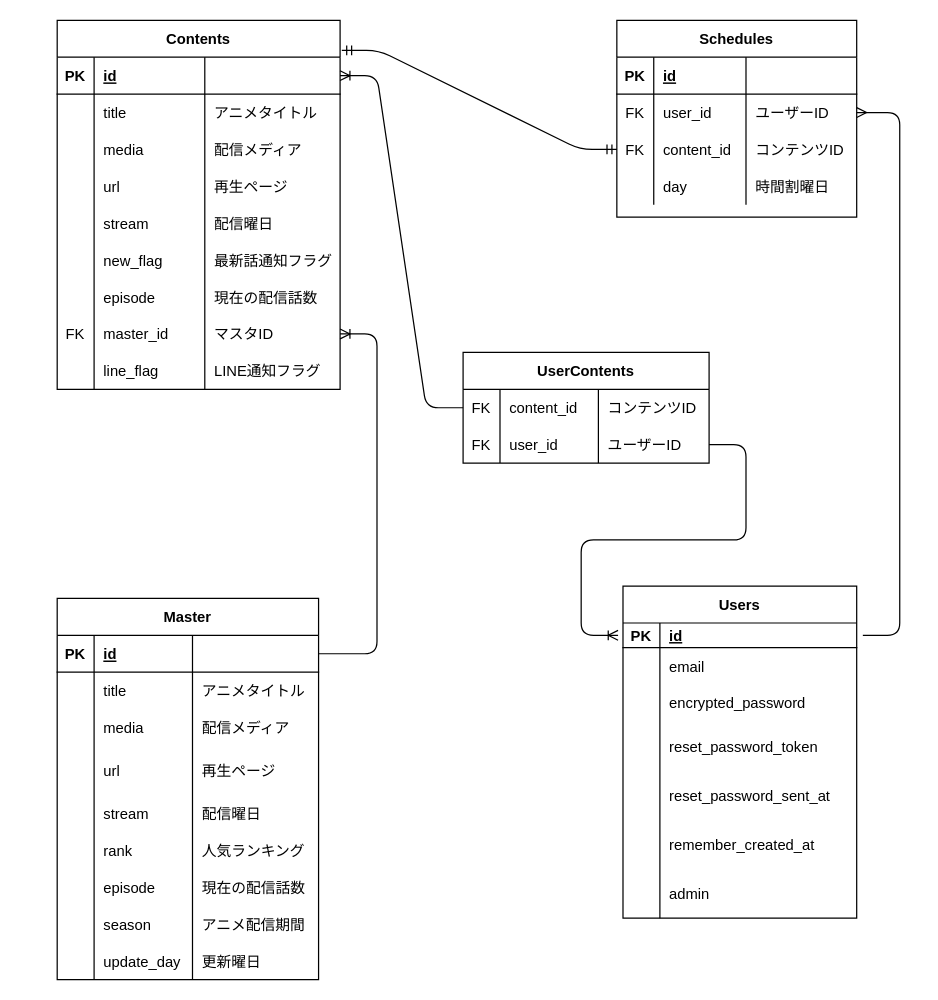
The draw.io diagram erd.dio in inoway46/subani, before the edit. Source tidied: cells renumbered, new cells numbered last; positions are measured from the earlier drawing's top-left corner, leaving out a move shared by most shapes. Both pictures are drawn from the tidied source at 123%, with x=0, y=0 at pixel (57, 20).
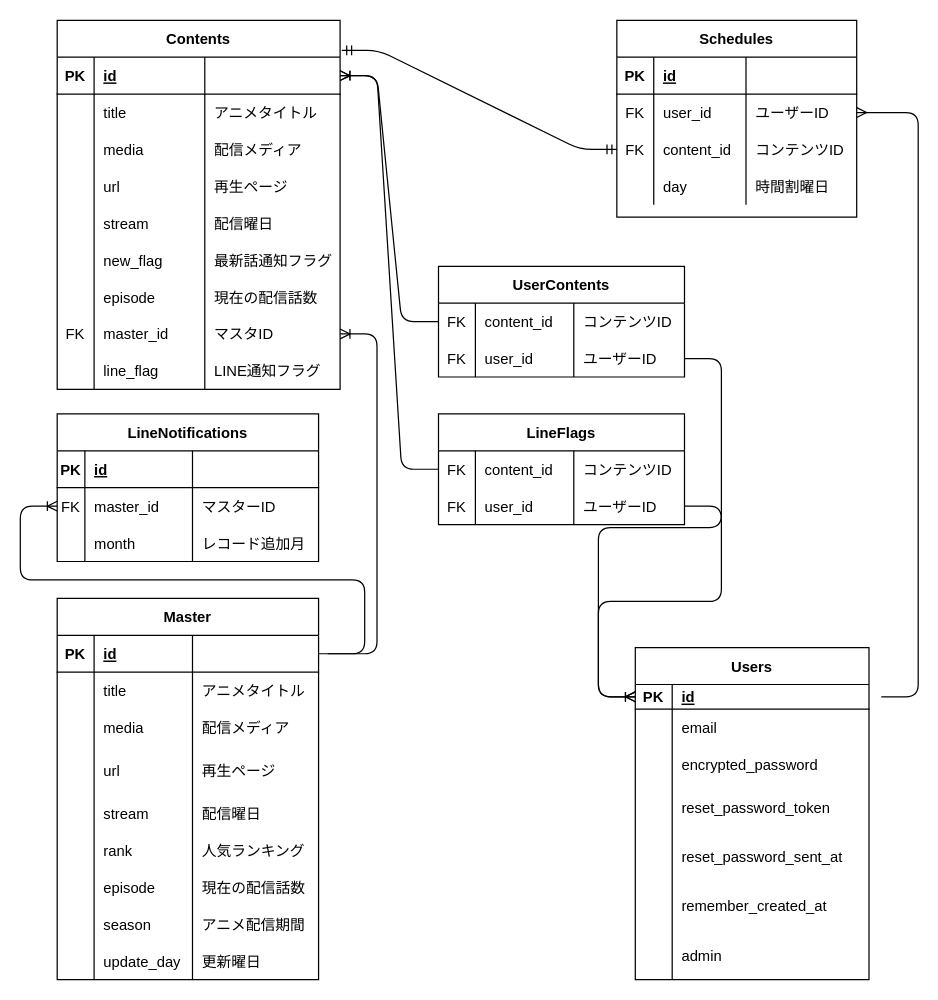
The same diagram, later.

Unchanged cells that the change refers to:
```xml
<mxCell id="3" style="shape=partialRectangle;fillColor=none;top=0;left=0;bottom=1;right=0;points=[[0,0.5],[1,0.5]];portConstraint=eastwest;" parent="2" vertex="1">
  <mxGeometry y="30" width="230" height="30" as="geometry" />
</mxCell>
<mxCell id="66" style="shape=partialRectangle;fillColor=none;top=0;left=0;bottom=0;right=0;points=[[0,0.5],[1,0.5]];portConstraint=eastwest;" parent="61" vertex="1">
  <mxGeometry y="60" width="195" height="30" as="geometry" />
</mxCell>
<mxCell id="120" style="shape=partialRectangle;fillColor=none;top=0;left=0;bottom=0;right=0;points=[[0,0.5],[1,0.5]];portConstraint=eastwest;" parent="119" vertex="1">
  <mxGeometry y="30" width="200" height="30" as="geometry" />
</mxCell>
<mxCell id="124" style="shape=partialRectangle;fillColor=none;top=0;left=0;bottom=0;right=0;points=[[0,0.5],[1,0.5]];portConstraint=eastwest;" parent="119" vertex="1">
  <mxGeometry y="60" width="200" height="30" as="geometry" />
</mxCell>
```

What changed in the source:
```diff
@@
     <mxCell id="39" value="Users" style="shape=table;startSize=30;childLayout=tableLayout;rowLines=0;fontStyle=1;align=center;" parent="1" vertex="1">
-      <mxGeometry x="460" y="460" width="190" height="270" as="geometry" />
+      <mxGeometry x="470" y="510" width="190" height="270" as="geometry" />
     </mxCell>
@@
     <mxCell id="118" style="edgeStyle=entityRelationEdgeStyle;fontSize=12;html=1;endArrow=ERmany;entryX=1;entryY=0.5;entryDx=0;entryDy=0;" parent="1" edge="1" target="66">
       <mxGeometry relative="1" as="geometry">
-        <mxPoint x="655" y="500" as="sourcePoint" />
+        <mxPoint x="670" y="550" as="sourcePoint" />
       </mxGeometry>
     </mxCell>
     <mxCell id="119" value="UserContents" style="shape=table;startSize=30;childLayout=tableLayout;rowLines=0;fontStyle=1;align=center;" parent="1" vertex="1">
-      <mxGeometry x="330" y="270" width="200" height="90" as="geometry" />
+      <mxGeometry x="310" y="200" width="200" height="90" as="geometry" />
     </mxCell>
@@
     <mxCell id="128" style="edgeStyle=entityRelationEdgeStyle;fontSize=12;html=1;endArrow=ERoneToMany;exitX=1;exitY=0.5;exitDx=0;exitDy=0;" parent="1" edge="1" source="124">
       <mxGeometry relative="1" as="geometry">
-        <mxPoint x="456" y="500" as="targetPoint" />
+        <mxPoint x="470" y="550" as="targetPoint" />
       </mxGeometry>
     </mxCell>
-    <mxCell id="129" style="edgeStyle=entityRelationEdgeStyle;fontSize=12;html=1;endArrow=ERoneToMany;entryX=1;entryY=0.5;entryDx=0;entryDy=0;exitX=0;exitY=0.5;exitDx=0;exitDy=0;" parent="1" edge="1" source="120" target="3">
+    <mxCell id="129" style="edgeStyle=entityRelationEdgeStyle;fontSize=12;html=1;endArrow=ERoneToMany;exitX=0;exitY=0.5;exitDx=0;exitDy=0;entryX=1;entryY=0.5;entryDx=0;entryDy=0;" parent="1" edge="1" source="120" target="3">
       <mxGeometry relative="1" as="geometry" />
     </mxCell>
+    <mxCell id="130" value="LineNotifications" style="shape=table;startSize=30;childLayout=tableLayout;rowLines=0;fontStyle=1;align=center;" parent="1" vertex="1">
+      <mxGeometry y="320" width="212.5" height="120" as="geometry" />
+    </mxCell>
+    <mxCell id="131" style="shape=partialRectangle;fillColor=none;top=0;left=0;bottom=1;right=0;" parent="130" vertex="1">
+      <mxGeometry y="30" width="212.5" height="30" as="geometry" />
+    </mxCell>
+    <mxCell id="132" value="PK" style="shape=partialRectangle;fillColor=none;top=0;left=0;bottom=0;right=0;fontStyle=1;overflow=hidden;" parent="131" vertex="1">
+      <mxGeometry width="22.5" height="30" as="geometry" />
+    </mxCell>
+    <mxCell id="133" value="id" style="shape=partialRectangle;fillColor=none;top=0;left=0;bottom=0;right=0;align=left;spacingLeft=6;fontStyle=5;overflow=hidden;" parent="131" vertex="1">
+      <mxGeometry x="22.5" width="87.5" height="30" as="geometry" />
+    </mxCell>
+    <mxCell id="134" style="shape=partialRectangle;fillColor=none;top=0;left=0;bottom=0;right=0;align=left;spacingLeft=6;fontStyle=5;overflow=hidden;" parent="131" vertex="1">
+      <mxGeometry x="110" width="102.5" height="30" as="geometry" />
+    </mxCell>
+    <mxCell id="135" style="shape=partialRectangle;fillColor=none;top=0;left=0;bottom=0;right=0;" parent="130" vertex="1">
+      <mxGeometry y="60" width="212.5" height="30" as="geometry" />
+    </mxCell>
+    <mxCell id="136" value="FK" style="shape=partialRectangle;fillColor=none;top=0;left=0;bottom=0;right=0;overflow=hidden;" parent="135" vertex="1">
+      <mxGeometry width="22.5" height="30" as="geometry" />
+    </mxCell>
+    <mxCell id="137" value="master_id" style="shape=partialRectangle;fillColor=none;top=0;left=0;bottom=0;right=0;align=left;spacingLeft=6;overflow=hidden;" parent="135" vertex="1">
+      <mxGeometry x="22.5" width="87.5" height="30" as="geometry" />
+    </mxCell>
+    <mxCell id="138" value="マスターID" style="shape=partialRectangle;fillColor=none;top=0;left=0;bottom=0;right=0;align=left;spacingLeft=6;overflow=hidden;fontSize=12;" parent="135" vertex="1">
+      <mxGeometry x="110" width="102.5" height="30" as="geometry" />
+    </mxCell>
+    <mxCell id="139" style="shape=partialRectangle;fillColor=none;top=0;left=0;bottom=0;right=0;" parent="130" vertex="1">
+      <mxGeometry y="90" width="212.5" height="30" as="geometry" />
+    </mxCell>
+    <mxCell id="140" style="shape=partialRectangle;fillColor=none;top=0;left=0;bottom=0;right=0;overflow=hidden;" parent="139" vertex="1">
+      <mxGeometry width="22.5" height="30" as="geometry" />
+    </mxCell>
+    <mxCell id="141" value="month" style="shape=partialRectangle;fillColor=none;top=0;left=0;bottom=0;right=0;align=left;spacingLeft=6;overflow=hidden;" parent="139" vertex="1">
+      <mxGeometry x="22.5" width="87.5" height="30" as="geometry" />
+    </mxCell>
+    <mxCell id="142" value="レコード追加月" style="shape=partialRectangle;fillColor=none;top=0;left=0;bottom=0;right=0;align=left;spacingLeft=6;overflow=hidden;" parent="139" vertex="1">
+      <mxGeometry x="110" width="102.5" height="30" as="geometry" />
+    </mxCell>
+    <mxCell id="143" style="edgeStyle=entityRelationEdgeStyle;fontSize=12;html=1;endArrow=ERoneToMany;" parent="1" edge="1">
+      <mxGeometry relative="1" as="geometry">
+        <mxPoint x="220" y="515" as="sourcePoint" />
+        <mxPoint y="395" as="targetPoint" />
+      </mxGeometry>
+    </mxCell>
+    <mxCell id="144" value="LineFlags" style="shape=table;startSize=30;childLayout=tableLayout;rowLines=0;fontStyle=1;align=center;" parent="1" vertex="1">
+      <mxGeometry x="310" y="320" width="200" height="90" as="geometry" />
+    </mxCell>
+    <mxCell id="145" style="shape=partialRectangle;fillColor=none;top=0;left=0;bottom=0;right=0;points=[[0,0.5],[1,0.5]];portConstraint=eastwest;" parent="144" vertex="1">
+      <mxGeometry y="30" width="200" height="30" as="geometry" />
+    </mxCell>
+    <mxCell id="146" value="FK" style="shape=partialRectangle;fillColor=none;top=0;left=0;bottom=0;right=0;overflow=hidden;" parent="145" vertex="1">
+      <mxGeometry width="30" height="30" as="geometry" />
+    </mxCell>
+    <mxCell id="147" value="content_id" style="shape=partialRectangle;fillColor=none;top=0;left=0;bottom=0;right=0;align=left;spacingLeft=6;overflow=hidden;" parent="145" vertex="1">
+      <mxGeometry x="30" width="80" height="30" as="geometry" />
+    </mxCell>
+    <mxCell id="148" value="コンテンツID" style="shape=partialRectangle;fillColor=none;top=0;left=0;bottom=0;right=0;align=left;spacingLeft=6;overflow=hidden;fontSize=12;" parent="145" vertex="1">
+      <mxGeometry x="110" width="90" height="30" as="geometry" />
+    </mxCell>
+    <mxCell id="149" style="shape=partialRectangle;fillColor=none;top=0;left=0;bottom=0;right=0;points=[[0,0.5],[1,0.5]];portConstraint=eastwest;" parent="144" vertex="1">
+      <mxGeometry y="60" width="200" height="30" as="geometry" />
+    </mxCell>
+    <mxCell id="150" value="FK" style="shape=partialRectangle;fillColor=none;top=0;left=0;bottom=0;right=0;overflow=hidden;" parent="149" vertex="1">
+      <mxGeometry width="30" height="30" as="geometry" />
+    </mxCell>
+    <mxCell id="151" value="user_id" style="shape=partialRectangle;fillColor=none;top=0;left=0;bottom=0;right=0;align=left;spacingLeft=6;overflow=hidden;" parent="149" vertex="1">
+      <mxGeometry x="30" width="80" height="30" as="geometry" />
+    </mxCell>
+    <mxCell id="152" value="ユーザーID" style="shape=partialRectangle;fillColor=none;top=0;left=0;bottom=0;right=0;align=left;spacingLeft=6;overflow=hidden;" parent="149" vertex="1">
+      <mxGeometry x="110" width="90" height="30" as="geometry" />
+    </mxCell>
+    <mxCell id="153" style="edgeStyle=entityRelationEdgeStyle;fontSize=12;html=1;endArrow=ERoneToMany;exitX=1;exitY=0.5;exitDx=0;exitDy=0;" parent="1" edge="1" source="149">
+      <mxGeometry relative="1" as="geometry">
+        <mxPoint x="470" y="550" as="targetPoint" />
+      </mxGeometry>
+    </mxCell>
+    <mxCell id="154" style="edgeStyle=entityRelationEdgeStyle;fontSize=12;html=1;endArrow=ERoneToMany;exitX=0;exitY=0.5;exitDx=0;exitDy=0;entryX=1;entryY=0.5;entryDx=0;entryDy=0;" parent="1" edge="1" source="145" target="3">
+      <mxGeometry relative="1" as="geometry" />
+    </mxCell>
```
